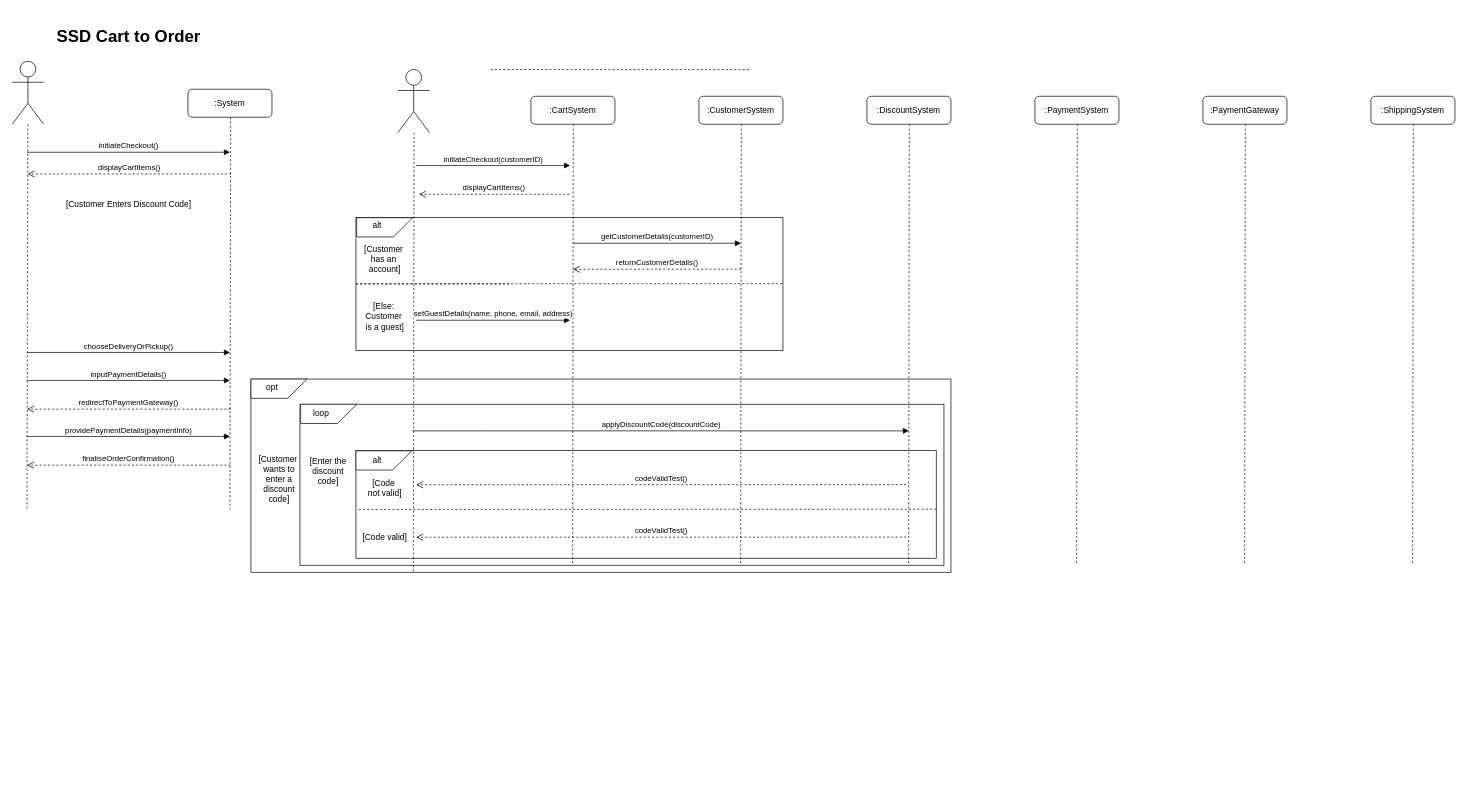
Before: ITC211 System Analysis and Design/ITC211 Assignment 3 T2.drawio in Sam-WebP/CSU, a draw.io diagram. Source tidied: cells renumbered, new cells numbered last; positions are measured from the earlier drawing's top-left corner, leaving out a move shared by most shapes. Both pictures are drawn from the tidied source at 70%, with x=0, y=0 at pixel (12, 12).
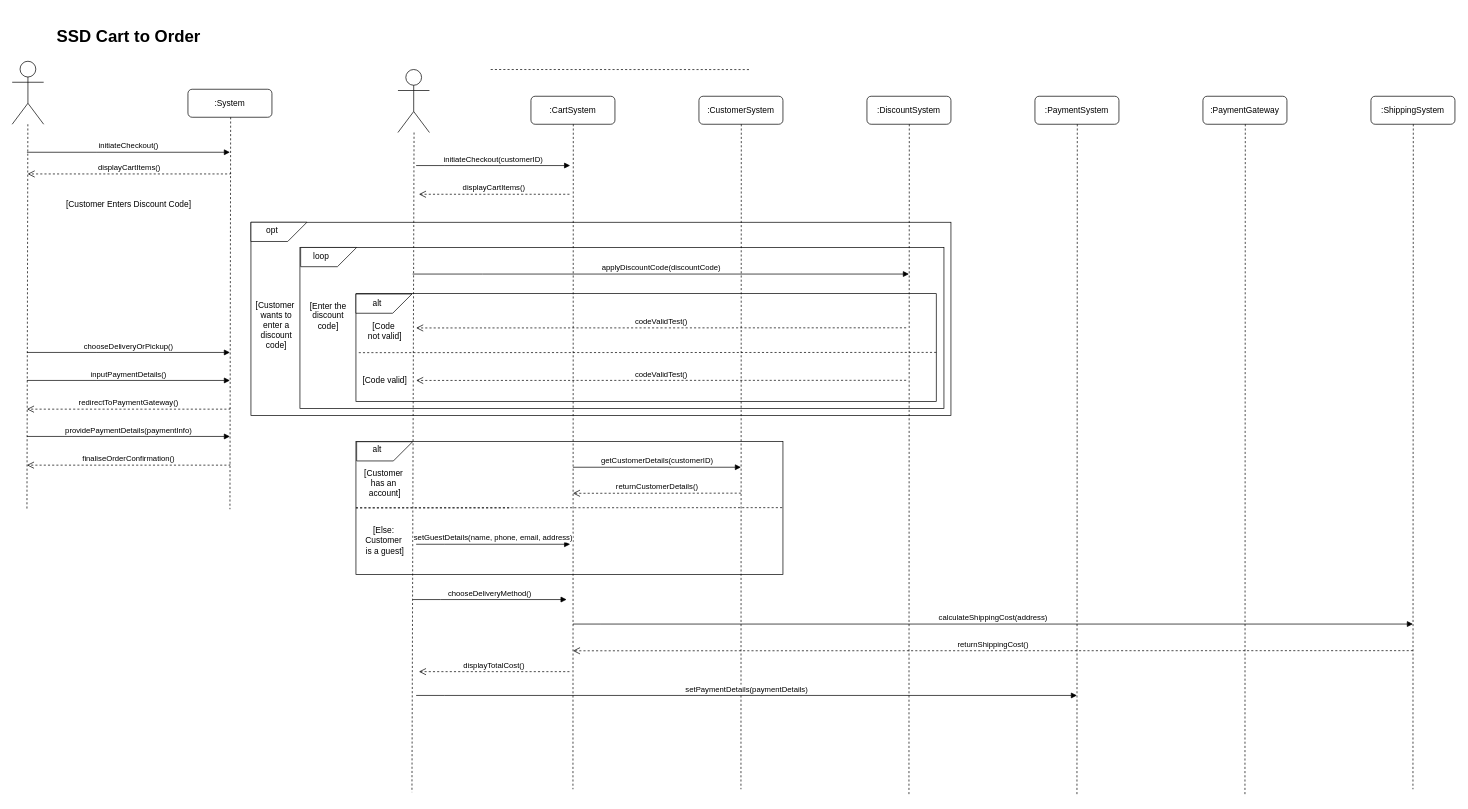
The same page after the edit.

What changed in the source:
```diff
@@
     <mxCell id="2" style="rounded=0;whiteSpace=wrap;html=1;" parent="1" vertex="1">
-      <mxGeometry x="341" y="524" width="1000" height="276" as="geometry" />
+      <mxGeometry x="341" y="300" width="1000" height="276" as="geometry" />
     </mxCell>
     <mxCell id="3" style="rounded=0;whiteSpace=wrap;html=1;" parent="1" vertex="1">
-      <mxGeometry x="411" y="560" width="920" height="230" as="geometry" />
+      <mxGeometry x="411" y="336" width="920" height="230" as="geometry" />
     </mxCell>
     <mxCell id="4" style="rounded=0;whiteSpace=wrap;html=1;" parent="1" vertex="1">
-      <mxGeometry x="491" y="293" width="610" height="190" as="geometry" />
+      <mxGeometry x="491" y="613" width="610" height="190" as="geometry" />
     </mxCell>
     <mxCell id="5" style="rounded=0;whiteSpace=wrap;html=1;" parent="1" vertex="1">
-      <mxGeometry x="491" y="626" width="829" height="154" as="geometry" />
+      <mxGeometry x="491" y="402" width="829" height="154" as="geometry" />
     </mxCell>
@@
     <mxCell id="13" style="shape=card;whiteSpace=wrap;html=1;rotation=-180;" parent="1" vertex="1">
-      <mxGeometry x="492" y="293.5" width="80" height="27.5" as="geometry" />
+      <mxGeometry x="492" y="613.5" width="80" height="27.5" as="geometry" />
     </mxCell>
     <mxCell id="14" value="alt" style="text;html=1;align=center;verticalAlign=middle;strokeColor=none;fillColor=none;" parent="1" vertex="1">
-      <mxGeometry x="501" y="290" width="40" height="30" as="geometry" />
+      <mxGeometry x="501" y="610" width="40" height="30" as="geometry" />
     </mxCell>
     <mxCell id="15" style="shape=card;whiteSpace=wrap;html=1;rotation=-180;" parent="1" vertex="1">
-      <mxGeometry x="491" y="626.5" width="80" height="27.5" as="geometry" />
+      <mxGeometry x="491" y="402.5" width="80" height="27.5" as="geometry" />
     </mxCell>
     <mxCell id="16" value="alt" style="text;html=1;align=center;verticalAlign=middle;strokeColor=none;fillColor=none;" parent="1" vertex="1">
-      <mxGeometry x="501" y="625.2" width="40" height="30" as="geometry" />
+      <mxGeometry x="501" y="401.2" width="40" height="30" as="geometry" />
     </mxCell>
@@
     <mxCell id="18" value="&lt;div&gt;[Code&amp;nbsp;&lt;/div&gt;&lt;div&gt;not valid]&lt;/div&gt;" style="text;html=1;align=center;verticalAlign=middle;strokeColor=none;fillColor=none;" parent="1" vertex="1">
-      <mxGeometry x="497" y="660" width="70" height="40" as="geometry" />
+      <mxGeometry x="497" y="436" width="70" height="40" as="geometry" />
     </mxCell>
@@
     <mxCell id="30" style="endArrow=none;dashed=1;html=1;rounded=0;" parent="1" edge="1">
       <mxGeometry relative="1" as="geometry">
         <mxPoint x="574" y="171.8" as="sourcePoint" />
-        <mxPoint x="573" y="800" as="targetPoint" />
+        <mxPoint x="571" y="1114.2" as="targetPoint" />
       </mxGeometry>
     </mxCell>
     <mxCell id="31" style="endArrow=none;dashed=1;html=1;rounded=0;" parent="1" edge="1">
       <mxGeometry relative="1" as="geometry">
         <mxPoint x="801.5" y="160" as="sourcePoint" />
-        <mxPoint x="800.5" y="788.2" as="targetPoint" />
+        <mxPoint x="801" y="1110" as="targetPoint" />
       </mxGeometry>
     </mxCell>
     <mxCell id="32" style="endArrow=none;dashed=1;html=1;rounded=0;" parent="1" edge="1">
       <mxGeometry relative="1" as="geometry">
         <mxPoint x="1281.5" y="160" as="sourcePoint" />
-        <mxPoint x="1280.5" y="788.2" as="targetPoint" />
+        <mxPoint x="1281" y="1120" as="targetPoint" />
       </mxGeometry>
     </mxCell>
     <mxCell id="33" style="endArrow=none;dashed=1;html=1;rounded=0;" parent="1" edge="1">
       <mxGeometry relative="1" as="geometry">
         <mxPoint x="1521.5" y="160" as="sourcePoint" />
-        <mxPoint x="1520.5" y="788.2" as="targetPoint" />
+        <mxPoint x="1521" y="1120" as="targetPoint" />
       </mxGeometry>
     </mxCell>
     <mxCell id="34" style="endArrow=none;dashed=1;html=1;rounded=0;" parent="1" edge="1">
       <mxGeometry relative="1" as="geometry">
         <mxPoint x="1761.5" y="160" as="sourcePoint" />
-        <mxPoint x="1760.5" y="788.2" as="targetPoint" />
+        <mxPoint x="1761" y="1120" as="targetPoint" />
       </mxGeometry>
     </mxCell>
     <mxCell id="35" style="endArrow=none;dashed=1;html=1;rounded=0;" parent="1" edge="1">
       <mxGeometry relative="1" as="geometry">
         <mxPoint x="2001.5" y="160" as="sourcePoint" />
-        <mxPoint x="2000.5" y="788.2" as="targetPoint" />
+        <mxPoint x="2001" y="1110" as="targetPoint" />
       </mxGeometry>
     </mxCell>
@@
     <mxCell id="38" value="&lt;div&gt;[Customer&amp;nbsp;&lt;/div&gt;&lt;div&gt;has an&amp;nbsp;&lt;/div&gt;&lt;div&gt;account]&lt;/div&gt;" style="text;html=1;align=center;verticalAlign=middle;strokeColor=none;fillColor=none;" parent="1" vertex="1">
-      <mxGeometry x="492" y="323" width="80" height="60" as="geometry" />
+      <mxGeometry x="492" y="643" width="80" height="60" as="geometry" />
     </mxCell>
     <mxCell id="39" style="endArrow=none;dashed=1;html=1;rounded=0;" parent="1" edge="1" source="4">
       <mxGeometry relative="1" as="geometry">
-        <mxPoint x="711" y="388" as="targetPoint" />
+        <mxPoint x="711" y="708" as="targetPoint" />
       </mxGeometry>
     </mxCell>
     <mxCell id="40" value="&lt;div&gt;[Else:&amp;nbsp;&lt;/div&gt;&lt;div&gt;Customer&amp;nbsp;&lt;/div&gt;&lt;div&gt;is a guest]&lt;/div&gt;" style="text;html=1;align=center;verticalAlign=middle;strokeColor=none;fillColor=none;" parent="1" vertex="1">
-      <mxGeometry x="492" y="405" width="80" height="60" as="geometry" />
+      <mxGeometry x="492" y="725" width="80" height="60" as="geometry" />
     </mxCell>
     <mxCell id="41" value="getCustomerDetails(customerID)" style="html=1;verticalAlign=bottom;endArrow=block;edgeStyle=elbowEdgeStyle;elbow=vertical;curved=0;rounded=0;" parent="1" edge="1">
       <mxGeometry relative="1" as="geometry">
-        <mxPoint x="801" y="330" as="sourcePoint" />
-        <mxPoint x="1041" y="330" as="targetPoint" />
+        <mxPoint x="801" y="650" as="sourcePoint" />
+        <mxPoint x="1041" y="650" as="targetPoint" />
       </mxGeometry>
     </mxCell>
@@
     <mxCell id="43" style="endArrow=none;dashed=1;html=1;rounded=0;" parent="1" edge="1">
       <mxGeometry relative="1" as="geometry">
         <mxPoint x="1041.5" y="160" as="sourcePoint" />
-        <mxPoint x="1040.5" y="788.2" as="targetPoint" />
+        <mxPoint x="1041" y="1110" as="targetPoint" />
       </mxGeometry>
     </mxCell>
@@
     <mxCell id="45" style="endArrow=none;dashed=1;html=1;rounded=0;entryX=0;entryY=0.5;entryDx=0;entryDy=0;" parent="1" edge="1" target="4">
       <mxGeometry relative="1" as="geometry">
-        <mxPoint x="1099.8" y="387.7" as="sourcePoint" />
+        <mxPoint x="1099.8" y="707.7" as="sourcePoint" />
       </mxGeometry>
     </mxCell>
     <mxCell id="46" value="returnCustomerDetails()" style="html=1;verticalAlign=bottom;endArrow=open;dashed=1;endSize=8;edgeStyle=elbowEdgeStyle;elbow=vertical;curved=0;rounded=0;" parent="1" edge="1">
       <mxGeometry relative="1" as="geometry">
-        <mxPoint x="1041" y="367" as="sourcePoint" />
-        <mxPoint x="801" y="367" as="targetPoint" />
+        <mxPoint x="1041" y="687" as="sourcePoint" />
+        <mxPoint x="801" y="687" as="targetPoint" />
         <Array as="points">
-          <mxPoint x="616" y="367.2" />
+          <mxPoint x="616" y="687.2" />
         </Array>
       </mxGeometry>
     </mxCell>
     <mxCell id="47" value="setGuestDetails(name, phone, email, address)" style="html=1;verticalAlign=bottom;endArrow=block;edgeStyle=elbowEdgeStyle;elbow=vertical;curved=0;rounded=0;" parent="1" edge="1">
       <mxGeometry relative="1" as="geometry">
-        <mxPoint x="577" y="440" as="sourcePoint" />
-        <mxPoint x="797" y="440" as="targetPoint" />
+        <mxPoint x="577" y="760" as="sourcePoint" />
+        <mxPoint x="797" y="760" as="targetPoint" />
         <Array as="points">
-          <mxPoint x="617" y="440" />
+          <mxPoint x="617" y="760" />
         </Array>
       </mxGeometry>
     </mxCell>
     <mxCell id="48" style="shape=card;whiteSpace=wrap;html=1;rotation=-180;" parent="1" vertex="1">
-      <mxGeometry x="412" y="560" width="80" height="27.5" as="geometry" />
+      <mxGeometry x="412" y="336" width="80" height="27.5" as="geometry" />
     </mxCell>
     <mxCell id="49" style="shape=card;whiteSpace=wrap;html=1;rotation=-180;" parent="1" vertex="1">
-      <mxGeometry x="341" y="524" width="80" height="27.5" as="geometry" />
+      <mxGeometry x="341" y="300" width="80" height="27.5" as="geometry" />
     </mxCell>
     <mxCell id="50" value="&lt;div&gt;[Customer&amp;nbsp;&lt;/div&gt;wants to &lt;br&gt;enter a&lt;br&gt;discount&lt;br&gt;code]" style="text;html=1;align=center;verticalAlign=middle;strokeColor=none;fillColor=none;" parent="1" vertex="1">
-      <mxGeometry x="341" y="622" width="80" height="90" as="geometry" />
+      <mxGeometry x="337" y="402" width="80" height="90" as="geometry" />
     </mxCell>
     <mxCell id="51" value="opt" style="text;html=1;align=center;verticalAlign=middle;strokeColor=none;fillColor=none;" parent="1" vertex="1">
-      <mxGeometry x="351" y="521" width="40" height="30" as="geometry" />
+      <mxGeometry x="351" y="297" width="40" height="30" as="geometry" />
     </mxCell>
     <mxCell id="52" value="loop" style="text;html=1;align=center;verticalAlign=middle;strokeColor=none;fillColor=none;" parent="1" vertex="1">
-      <mxGeometry x="416" y="557.5" width="50" height="30" as="geometry" />
+      <mxGeometry x="416" y="333.5" width="50" height="30" as="geometry" />
     </mxCell>
     <mxCell id="53" value="&lt;div&gt;[Enter the&lt;br&gt;discount&lt;br&gt;code]&lt;/div&gt;" style="text;html=1;align=center;verticalAlign=middle;strokeColor=none;fillColor=none;" parent="1" vertex="1">
-      <mxGeometry x="411" y="626" width="80" height="60" as="geometry" />
+      <mxGeometry x="411" y="404" width="80" height="60" as="geometry" />
     </mxCell>
     <mxCell id="54" value="applyDiscountCode(discountCode)" style="html=1;verticalAlign=bottom;endArrow=block;edgeStyle=elbowEdgeStyle;elbow=vertical;curved=0;rounded=0;" parent="1" edge="1">
       <mxGeometry relative="1" as="geometry">
-        <mxPoint x="572" y="598" as="sourcePoint" />
-        <mxPoint x="1281" y="598" as="targetPoint" />
+        <mxPoint x="572" y="374" as="sourcePoint" />
+        <mxPoint x="1281" y="374" as="targetPoint" />
         <Array as="points">
-          <mxPoint x="672" y="598" />
+          <mxPoint x="672" y="374" />
         </Array>
       </mxGeometry>
     </mxCell>
     <mxCell id="55" style="endArrow=none;dashed=1;html=1;rounded=0;entryX=0;entryY=0.5;entryDx=0;entryDy=0;exitX=1;exitY=0.545;exitDx=0;exitDy=0;exitPerimeter=0;" parent="1" edge="1" source="5">
       <mxGeometry relative="1" as="geometry">
-        <mxPoint x="492.1" y="710.3" as="targetPoint" />
+        <mxPoint x="492.1" y="486.3" as="targetPoint" />
       </mxGeometry>
     </mxCell>
     <mxCell id="56" value="&lt;div&gt;[Code valid]&lt;/div&gt;" style="text;html=1;align=center;verticalAlign=middle;strokeColor=none;fillColor=none;" parent="1" vertex="1">
-      <mxGeometry x="487" y="735" width="90" height="30" as="geometry" />
+      <mxGeometry x="487" y="511" width="90" height="30" as="geometry" />
     </mxCell>
     <mxCell id="57" value="codeValidTest()" style="html=1;verticalAlign=bottom;endArrow=open;dashed=1;endSize=8;edgeStyle=elbowEdgeStyle;elbow=vertical;curved=0;rounded=0;" parent="1" edge="1">
       <mxGeometry relative="1" as="geometry">
-        <mxPoint x="1277" y="674.8" as="sourcePoint" />
-        <mxPoint x="577" y="674.8" as="targetPoint" />
+        <mxPoint x="1277" y="450.8" as="sourcePoint" />
+        <mxPoint x="577" y="450.8" as="targetPoint" />
         <Array as="points">
-          <mxPoint x="872" y="675" />
+          <mxPoint x="872" y="451" />
         </Array>
       </mxGeometry>
     </mxCell>
     <mxCell id="58" value="codeValidTest()" style="html=1;verticalAlign=bottom;endArrow=open;dashed=1;endSize=8;edgeStyle=elbowEdgeStyle;elbow=vertical;curved=0;rounded=0;" parent="1" edge="1">
       <mxGeometry relative="1" as="geometry">
-        <mxPoint x="1277" y="749.8" as="sourcePoint" />
-        <mxPoint x="577" y="749.8" as="targetPoint" />
+        <mxPoint x="1277" y="525.8" as="sourcePoint" />
+        <mxPoint x="577" y="525.8" as="targetPoint" />
         <Array as="points">
-          <mxPoint x="872" y="750" />
+          <mxPoint x="872" y="526" />
         </Array>
       </mxGeometry>
     </mxCell>
+    <mxCell id="59" value="chooseDeliveryMethod()" style="html=1;verticalAlign=bottom;endArrow=block;edgeStyle=elbowEdgeStyle;elbow=vertical;curved=0;rounded=0;" parent="1" edge="1">
+      <mxGeometry relative="1" as="geometry">
+        <mxPoint x="572" y="839" as="sourcePoint" />
+        <mxPoint x="792" y="839" as="targetPoint" />
+        <Array as="points">
+          <mxPoint x="612" y="839" />
+        </Array>
+      </mxGeometry>
+    </mxCell>
+    <mxCell id="60" value="calculateShippingCost(address)" style="html=1;verticalAlign=bottom;endArrow=block;edgeStyle=elbowEdgeStyle;elbow=vertical;curved=0;rounded=0;" parent="1" edge="1">
+      <mxGeometry relative="1" as="geometry">
+        <mxPoint x="801" y="874" as="sourcePoint" />
+        <mxPoint x="2001" y="874" as="targetPoint" />
+        <Array as="points">
+          <mxPoint x="841" y="874" />
+        </Array>
+      </mxGeometry>
+    </mxCell>
+    <mxCell id="61" value="returnShippingCost()" style="html=1;verticalAlign=bottom;endArrow=open;dashed=1;endSize=8;edgeStyle=elbowEdgeStyle;elbow=vertical;curved=0;rounded=0;" parent="1" edge="1">
+      <mxGeometry relative="1" as="geometry">
+        <mxPoint x="2001" y="912" as="sourcePoint" />
+        <mxPoint x="801" y="912" as="targetPoint" />
+        <Array as="points">
+          <mxPoint x="1576" y="912.2" />
+        </Array>
+      </mxGeometry>
+    </mxCell>
+    <mxCell id="62" value="displayTotalCost()" style="html=1;verticalAlign=bottom;endArrow=open;dashed=1;endSize=8;edgeStyle=elbowEdgeStyle;elbow=vertical;curved=0;rounded=0;" parent="1" edge="1">
+      <mxGeometry relative="1" as="geometry">
+        <mxPoint x="796" y="942" as="sourcePoint" />
+        <mxPoint x="581" y="942" as="targetPoint" />
+        <Array as="points">
+          <mxPoint x="616" y="942" />
+        </Array>
+      </mxGeometry>
+    </mxCell>
+    <mxCell id="63" value="setPaymentDetails(paymentDetails)" style="html=1;verticalAlign=bottom;endArrow=block;edgeStyle=elbowEdgeStyle;elbow=vertical;curved=0;rounded=0;" parent="1" edge="1">
+      <mxGeometry relative="1" as="geometry">
+        <mxPoint x="577" y="976" as="sourcePoint" />
+        <mxPoint x="1521" y="976" as="targetPoint" />
+        <Array as="points">
+          <mxPoint x="617" y="976" />
+        </Array>
+      </mxGeometry>
+    </mxCell>
```
